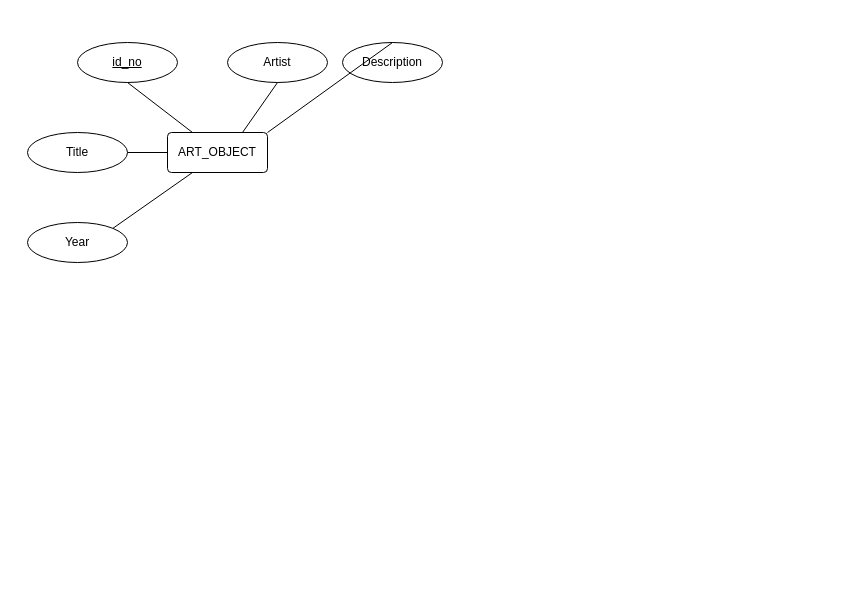
The draw.io diagram musemEER.drawio in aryan-karadia/Museum-SQL-Project, before the edit. Source tidied: cells renumbered, new cells numbered last; positions are measured from the earlier drawing's top-left corner, leaving out a move shared by most shapes. Both pictures are drawn from the tidied source at 100%, with x=0, y=0 at pixel (27, 42).
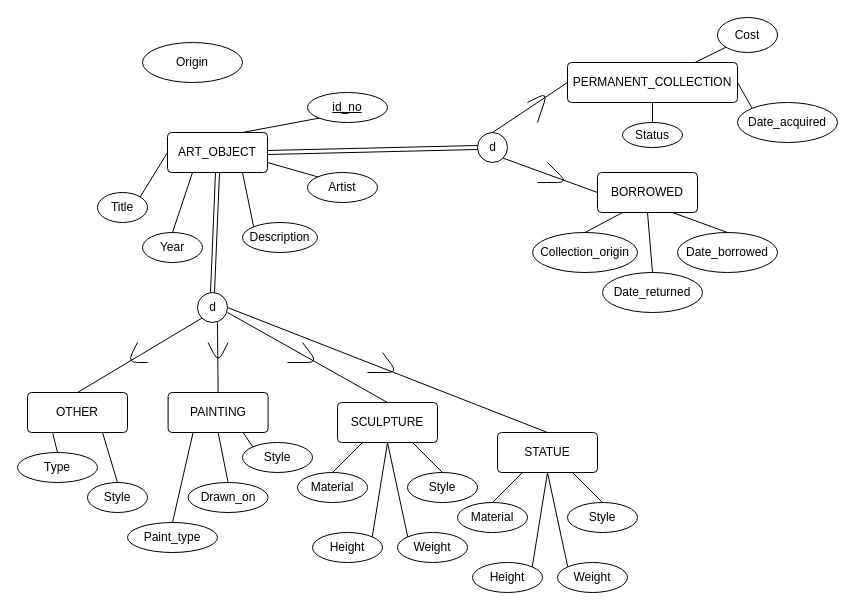
After the change.

The change refers to these unchanged cells:
```xml
<mxCell id="2" value="ART_OBJECT" style="rounded=1;arcSize=10;whiteSpace=wrap;html=1;align=center;" parent="1" vertex="1">
  <mxGeometry x="140" y="90" width="100" height="40" as="geometry" />
</mxCell>
```

Change to the diagram source:
```diff
@@
     <mxCell id="3" value="id_no" style="ellipse;whiteSpace=wrap;html=1;align=center;fontStyle=4;" parent="1" vertex="1">
-      <mxGeometry x="50" width="100" height="40" as="geometry" />
+      <mxGeometry x="280" y="50" width="80" height="30" as="geometry" />
     </mxCell>
     <mxCell id="4" value="Artist" style="ellipse;whiteSpace=wrap;html=1;align=center;" parent="1" vertex="1">
-      <mxGeometry x="200" width="100" height="40" as="geometry" />
+      <mxGeometry x="280" y="130" width="70" height="30" as="geometry" />
     </mxCell>
     <mxCell id="5" value="Title" style="ellipse;whiteSpace=wrap;html=1;align=center;" parent="1" vertex="1">
-      <mxGeometry y="90" width="100" height="40" as="geometry" />
+      <mxGeometry x="70" y="150" width="50" height="30" as="geometry" />
     </mxCell>
     <mxCell id="6" value="Year" style="ellipse;whiteSpace=wrap;html=1;align=center;" parent="1" vertex="1">
-      <mxGeometry y="180" width="100" height="40" as="geometry" />
+      <mxGeometry x="115" y="190" width="60" height="30" as="geometry" />
     </mxCell>
     <mxCell id="7" value="Description" style="ellipse;whiteSpace=wrap;html=1;align=center;" parent="1" vertex="1">
-      <mxGeometry x="315" width="100" height="40" as="geometry" />
+      <mxGeometry x="215" y="180" width="75" height="30" as="geometry" />
     </mxCell>
-    <mxCell id="8" style="endArrow=none;html=1;rounded=0;exitX=0.75;exitY=0;exitDx=0;exitDy=0;entryX=0.5;entryY=1;entryDx=0;entryDy=0;" parent="1" edge="1" source="2" target="4">
+    <mxCell id="8" style="endArrow=none;html=1;rounded=0;exitX=1;exitY=0.75;exitDx=0;exitDy=0;entryX=0;entryY=0;entryDx=0;entryDy=0;" parent="1" edge="1" source="2" target="4">
       <mxGeometry relative="1" as="geometry" />
     </mxCell>
-    <mxCell id="9" style="endArrow=none;html=1;rounded=0;entryX=0.25;entryY=0;entryDx=0;entryDy=0;exitX=0.5;exitY=1;exitDx=0;exitDy=0;" parent="1" edge="1" source="3" target="2">
+    <mxCell id="9" style="endArrow=none;html=1;rounded=0;entryX=0.75;entryY=0;entryDx=0;entryDy=0;exitX=0;exitY=1;exitDx=0;exitDy=0;" parent="1" edge="1" source="3" target="2">
       <mxGeometry relative="1" as="geometry" />
     </mxCell>
-    <mxCell id="10" style="endArrow=none;html=1;rounded=0;entryX=0;entryY=0.5;entryDx=0;entryDy=0;" parent="1" edge="1" target="2">
-      <mxGeometry relative="1" as="geometry">
-        <mxPoint x="100" y="110" as="sourcePoint" />
-      </mxGeometry>
+    <mxCell id="10" style="endArrow=none;html=1;rounded=0;entryX=0;entryY=0.5;entryDx=0;entryDy=0;exitX=1;exitY=0;exitDx=0;exitDy=0;" parent="1" edge="1" source="5" target="2">
+      <mxGeometry relative="1" as="geometry" />
     </mxCell>
-    <mxCell id="11" style="endArrow=none;html=1;rounded=0;exitX=1;exitY=0;exitDx=0;exitDy=0;entryX=0.25;entryY=1;entryDx=0;entryDy=0;" parent="1" edge="1" source="6" target="2">
+    <mxCell id="11" style="endArrow=none;html=1;rounded=0;exitX=0.5;exitY=0;exitDx=0;exitDy=0;entryX=0.25;entryY=1;entryDx=0;entryDy=0;" parent="1" edge="1" source="6" target="2">
       <mxGeometry relative="1" as="geometry" />
     </mxCell>
-    <mxCell id="12" style="endArrow=none;html=1;rounded=0;exitX=0.5;exitY=0;exitDx=0;exitDy=0;entryX=1;entryY=0;entryDx=0;entryDy=0;" parent="1" edge="1" source="7" target="2">
+    <mxCell id="12" style="endArrow=none;html=1;rounded=0;exitX=0;exitY=0;exitDx=0;exitDy=0;entryX=0.75;entryY=1;entryDx=0;entryDy=0;" parent="1" edge="1" source="7" target="2">
       <mxGeometry relative="1" as="geometry" />
     </mxCell>
+    <mxCell id="13" style="shape=link;html=1;rounded=0;exitX=0.5;exitY=1;exitDx=0;exitDy=0;entryX=0.5;entryY=0;entryDx=0;entryDy=0;" parent="1" edge="1" source="2" target="16">
+      <mxGeometry relative="1" as="geometry" />
+    </mxCell>
+    <mxCell id="14" style="shape=link;html=1;rounded=0;exitX=1;exitY=0.5;exitDx=0;exitDy=0;entryX=0;entryY=0.5;entryDx=0;entryDy=0;" parent="1" edge="1" source="2" target="19">
+      <mxGeometry relative="1" as="geometry" />
+    </mxCell>
+    <mxCell id="15" style="group;" parent="1" vertex="1">
+      <mxGeometry x="170" y="250" width="30" height="30" as="geometry" />
+    </mxCell>
+    <mxCell id="16" style="ellipse;whiteSpace=wrap;html=1;" parent="15" vertex="1">
+      <mxGeometry width="30" height="30" as="geometry" />
+    </mxCell>
+    <mxCell id="17" value="d" style="text;html=1;align=center;verticalAlign=middle;strokeColor=none;fillColor=none;" parent="15" vertex="1">
+      <mxGeometry x="5" y="5" width="20" height="20" as="geometry" />
+    </mxCell>
+    <mxCell id="18" style="group;" parent="1" vertex="1">
+      <mxGeometry x="450" y="90" width="30" height="30" as="geometry" />
+    </mxCell>
+    <mxCell id="19" style="ellipse;whiteSpace=wrap;html=1;" parent="18" vertex="1">
+      <mxGeometry width="30" height="30" as="geometry" />
+    </mxCell>
+    <mxCell id="20" value="d" style="text;html=1;align=center;verticalAlign=middle;strokeColor=none;fillColor=none;" parent="18" vertex="1">
+      <mxGeometry x="5" y="5" width="20" height="20" as="geometry" />
+    </mxCell>
+    <mxCell id="21" value="OTHER" style="rounded=1;arcSize=10;whiteSpace=wrap;html=1;align=center;" parent="1" vertex="1">
+      <mxGeometry y="350" width="100" height="40" as="geometry" />
+    </mxCell>
+    <mxCell id="22" value="Type" style="ellipse;whiteSpace=wrap;html=1;align=center;" parent="1" vertex="1">
+      <mxGeometry x="-10" y="410" width="80" height="30" as="geometry" />
+    </mxCell>
+    <mxCell id="23" value="Style" style="ellipse;whiteSpace=wrap;html=1;align=center;" parent="1" vertex="1">
+      <mxGeometry x="60" y="440" width="60" height="30" as="geometry" />
+    </mxCell>
+    <mxCell id="24" style="endArrow=none;html=1;rounded=0;exitX=0.5;exitY=0;exitDx=0;exitDy=0;entryX=0.25;entryY=1;entryDx=0;entryDy=0;" parent="1" edge="1" source="22" target="21">
+      <mxGeometry relative="1" as="geometry" />
+    </mxCell>
+    <mxCell id="25" style="endArrow=none;html=1;rounded=0;exitX=0.5;exitY=0;exitDx=0;exitDy=0;entryX=0.75;entryY=1;entryDx=0;entryDy=0;" parent="1" edge="1" source="23" target="21">
+      <mxGeometry relative="1" as="geometry" />
+    </mxCell>
+    <mxCell id="26" style="endArrow=none;html=1;rounded=0;exitX=0.5;exitY=0;exitDx=0;exitDy=0;entryX=0;entryY=1;entryDx=0;entryDy=0;" parent="1" edge="1" source="21" target="16">
+      <mxGeometry relative="1" as="geometry" />
+    </mxCell>
+    <mxCell id="27" value="PAINTING" style="rounded=1;arcSize=10;whiteSpace=wrap;html=1;align=center;" parent="1" vertex="1">
+      <mxGeometry x="140.6" y="350" width="100" height="40" as="geometry" />
+    </mxCell>
+    <mxCell id="28" style="endArrow=none;html=1;rounded=0;exitX=0.5;exitY=0;exitDx=0;exitDy=0;" parent="1" edge="1" source="27">
+      <mxGeometry relative="1" as="geometry">
+        <mxPoint x="190" y="280" as="targetPoint" />
+      </mxGeometry>
+    </mxCell>
+    <mxCell id="29" style="endArrow=none;html=1;" parent="1" edge="1">
+      <mxGeometry relative="1" as="geometry">
+        <mxPoint x="180.6" y="300" as="sourcePoint" />
+        <mxPoint x="200.6" y="300" as="targetPoint" />
+        <Array as="points">
+          <mxPoint x="190.6" y="320" />
+        </Array>
+      </mxGeometry>
+    </mxCell>
+    <mxCell id="30" style="endArrow=none;html=1;" parent="1" edge="1">
+      <mxGeometry relative="1" as="geometry">
+        <mxPoint x="120" y="320" as="sourcePoint" />
+        <mxPoint x="110" y="300" as="targetPoint" />
+        <Array as="points">
+          <mxPoint x="100" y="320" />
+        </Array>
+      </mxGeometry>
+    </mxCell>
+    <mxCell id="31" value="Paint_type" style="ellipse;whiteSpace=wrap;html=1;align=center;" parent="1" vertex="1">
+      <mxGeometry x="100" y="480" width="90" height="30" as="geometry" />
+    </mxCell>
+    <mxCell id="32" value="Drawn_on" style="ellipse;whiteSpace=wrap;html=1;align=center;" parent="1" vertex="1">
+      <mxGeometry x="160.6" y="440" width="80" height="30" as="geometry" />
+    </mxCell>
+    <mxCell id="33" value="Style" style="ellipse;whiteSpace=wrap;html=1;align=center;" parent="1" vertex="1">
+      <mxGeometry x="215" y="400" width="70" height="30" as="geometry" />
+    </mxCell>
+    <mxCell id="34" style="endArrow=none;html=1;rounded=0;exitX=0.75;exitY=1;exitDx=0;exitDy=0;entryX=0;entryY=0;entryDx=0;entryDy=0;" parent="1" edge="1" source="27" target="33">
+      <mxGeometry relative="1" as="geometry" />
+    </mxCell>
+    <mxCell id="35" style="endArrow=none;html=1;rounded=0;exitX=0.25;exitY=1;exitDx=0;exitDy=0;entryX=0.5;entryY=0;entryDx=0;entryDy=0;" parent="1" edge="1" source="27" target="31">
+      <mxGeometry relative="1" as="geometry" />
+    </mxCell>
+    <mxCell id="36" style="endArrow=none;html=1;rounded=0;exitX=0.5;exitY=1;exitDx=0;exitDy=0;entryX=0.5;entryY=0;entryDx=0;entryDy=0;" parent="1" edge="1" source="27" target="32">
+      <mxGeometry relative="1" as="geometry" />
+    </mxCell>
+    <mxCell id="37" value="SCULPTURE" style="rounded=1;arcSize=10;whiteSpace=wrap;html=1;align=center;" parent="1" vertex="1">
+      <mxGeometry x="310" y="360" width="100" height="40" as="geometry" />
+    </mxCell>
+    <mxCell id="38" style="endArrow=none;html=1;rounded=0;entryX=0.5;entryY=0;entryDx=0;entryDy=0;" parent="1" edge="1" target="37">
+      <mxGeometry relative="1" as="geometry">
+        <mxPoint x="200" y="270" as="sourcePoint" />
+      </mxGeometry>
+    </mxCell>
+    <mxCell id="39" style="endArrow=none;html=1;" parent="1" edge="1">
+      <mxGeometry relative="1" as="geometry">
+        <mxPoint x="260" y="320" as="sourcePoint" />
+        <mxPoint x="275" y="300" as="targetPoint" />
+        <Array as="points">
+          <mxPoint x="290" y="320" />
+        </Array>
+      </mxGeometry>
+    </mxCell>
+    <mxCell id="40" value="Material" style="ellipse;whiteSpace=wrap;html=1;align=center;" parent="1" vertex="1">
+      <mxGeometry x="270" y="430" width="70" height="30" as="geometry" />
+    </mxCell>
+    <mxCell id="41" style="endArrow=none;html=1;rounded=0;exitX=0.5;exitY=0;exitDx=0;exitDy=0;entryX=0.25;entryY=1;entryDx=0;entryDy=0;" parent="1" edge="1" source="40" target="37">
+      <mxGeometry relative="1" as="geometry" />
+    </mxCell>
+    <mxCell id="42" value="Style" style="ellipse;whiteSpace=wrap;html=1;align=center;" parent="1" vertex="1">
+      <mxGeometry x="380" y="430" width="70" height="30" as="geometry" />
+    </mxCell>
+    <mxCell id="43" value="Height" style="ellipse;whiteSpace=wrap;html=1;align=center;" parent="1" vertex="1">
+      <mxGeometry x="285" y="490" width="70" height="30" as="geometry" />
+    </mxCell>
+    <mxCell id="44" value="Weight" style="ellipse;whiteSpace=wrap;html=1;align=center;" parent="1" vertex="1">
+      <mxGeometry x="370" y="490" width="70" height="30" as="geometry" />
+    </mxCell>
+    <mxCell id="45" style="endArrow=none;html=1;rounded=0;exitX=1;exitY=0;exitDx=0;exitDy=0;entryX=0.5;entryY=1;entryDx=0;entryDy=0;" parent="1" edge="1" source="43" target="37">
+      <mxGeometry relative="1" as="geometry" />
+    </mxCell>
+    <mxCell id="46" style="endArrow=none;html=1;rounded=0;exitX=0.5;exitY=1;exitDx=0;exitDy=0;entryX=0;entryY=0;entryDx=0;entryDy=0;" parent="1" edge="1" source="37" target="44">
+      <mxGeometry relative="1" as="geometry" />
+    </mxCell>
+    <mxCell id="47" style="endArrow=none;html=1;rounded=0;exitX=0.75;exitY=1;exitDx=0;exitDy=0;entryX=0.5;entryY=0;entryDx=0;entryDy=0;" parent="1" edge="1" source="37" target="42">
+      <mxGeometry relative="1" as="geometry" />
+    </mxCell>
+    <mxCell id="48" value="STATUE" style="rounded=1;arcSize=10;whiteSpace=wrap;html=1;align=center;" parent="1" vertex="1">
+      <mxGeometry x="470" y="390" width="100" height="40" as="geometry" />
+    </mxCell>
+    <mxCell id="49" style="endArrow=none;html=1;rounded=0;exitX=1;exitY=0.5;exitDx=0;exitDy=0;entryX=0.5;entryY=0;entryDx=0;entryDy=0;" parent="1" edge="1" source="16" target="48">
+      <mxGeometry relative="1" as="geometry" />
+    </mxCell>
+    <mxCell id="50" style="endArrow=none;html=1;" parent="1" edge="1">
+      <mxGeometry relative="1" as="geometry">
+        <mxPoint x="340" y="330" as="sourcePoint" />
+        <mxPoint x="355" y="310" as="targetPoint" />
+        <Array as="points">
+          <mxPoint x="370" y="330" />
+        </Array>
+      </mxGeometry>
+    </mxCell>
+    <mxCell id="51" value="Material" style="ellipse;whiteSpace=wrap;html=1;align=center;" parent="1" vertex="1">
+      <mxGeometry x="430" y="460" width="70" height="30" as="geometry" />
+    </mxCell>
+    <mxCell id="52" style="endArrow=none;html=1;rounded=0;exitX=0.5;exitY=0;exitDx=0;exitDy=0;entryX=0.25;entryY=1;entryDx=0;entryDy=0;" parent="1" edge="1" source="51">
+      <mxGeometry relative="1" as="geometry">
+        <mxPoint x="495" y="430" as="targetPoint" />
+      </mxGeometry>
+    </mxCell>
+    <mxCell id="53" value="Style" style="ellipse;whiteSpace=wrap;html=1;align=center;" parent="1" vertex="1">
+      <mxGeometry x="540" y="460" width="70" height="30" as="geometry" />
+    </mxCell>
+    <mxCell id="54" value="Height" style="ellipse;whiteSpace=wrap;html=1;align=center;" parent="1" vertex="1">
+      <mxGeometry x="445" y="520" width="70" height="30" as="geometry" />
+    </mxCell>
+    <mxCell id="55" value="Weight" style="ellipse;whiteSpace=wrap;html=1;align=center;" parent="1" vertex="1">
+      <mxGeometry x="530" y="520" width="70" height="30" as="geometry" />
+    </mxCell>
+    <mxCell id="56" style="endArrow=none;html=1;rounded=0;exitX=1;exitY=0;exitDx=0;exitDy=0;entryX=0.5;entryY=1;entryDx=0;entryDy=0;" parent="1" edge="1" source="54">
+      <mxGeometry relative="1" as="geometry">
+        <mxPoint x="520" y="430" as="targetPoint" />
+      </mxGeometry>
+    </mxCell>
+    <mxCell id="57" style="endArrow=none;html=1;rounded=0;exitX=0.5;exitY=1;exitDx=0;exitDy=0;entryX=0;entryY=0;entryDx=0;entryDy=0;" parent="1" edge="1" target="55">
+      <mxGeometry relative="1" as="geometry">
+        <mxPoint x="520" y="430" as="sourcePoint" />
+      </mxGeometry>
+    </mxCell>
+    <mxCell id="58" style="endArrow=none;html=1;rounded=0;exitX=0.75;exitY=1;exitDx=0;exitDy=0;entryX=0.5;entryY=0;entryDx=0;entryDy=0;" parent="1" edge="1" target="53">
+      <mxGeometry relative="1" as="geometry">
+        <mxPoint x="545" y="430" as="sourcePoint" />
+      </mxGeometry>
+    </mxCell>
+    <mxCell id="59" value="PERMANENT_COLLECTION" style="rounded=1;arcSize=10;whiteSpace=wrap;html=1;align=center;" parent="1" vertex="1">
+      <mxGeometry x="540" y="20" width="170" height="40" as="geometry" />
+    </mxCell>
+    <mxCell id="60" value="BORROWED" style="rounded=1;arcSize=10;whiteSpace=wrap;html=1;align=center;" parent="1" vertex="1">
+      <mxGeometry x="570" y="130" width="100" height="40" as="geometry" />
+    </mxCell>
+    <mxCell id="61" style="endArrow=none;html=1;rounded=0;exitX=0.5;exitY=0;exitDx=0;exitDy=0;entryX=0;entryY=0.5;entryDx=0;entryDy=0;" parent="1" edge="1" source="19" target="59">
+      <mxGeometry relative="1" as="geometry" />
+    </mxCell>
+    <mxCell id="62" style="endArrow=none;html=1;rounded=0;exitX=1;exitY=1;exitDx=0;exitDy=0;entryX=0;entryY=0.5;entryDx=0;entryDy=0;" parent="1" edge="1" source="19" target="60">
+      <mxGeometry relative="1" as="geometry" />
+    </mxCell>
+    <mxCell id="63" style="endArrow=none;html=1;" parent="1" edge="1">
+      <mxGeometry relative="1" as="geometry">
+        <mxPoint x="510" y="80" as="sourcePoint" />
+        <mxPoint x="500" y="60" as="targetPoint" />
+        <Array as="points">
+          <mxPoint x="520" y="50" />
+        </Array>
+      </mxGeometry>
+    </mxCell>
+    <mxCell id="64" style="endArrow=none;html=1;" parent="1" edge="1">
+      <mxGeometry relative="1" as="geometry">
+        <mxPoint x="510" y="140" as="sourcePoint" />
+        <mxPoint x="520" y="120" as="targetPoint" />
+        <Array as="points">
+          <mxPoint x="540" y="140" />
+        </Array>
+      </mxGeometry>
+    </mxCell>
+    <mxCell id="65" value="Date_acquired" style="ellipse;whiteSpace=wrap;html=1;align=center;" parent="1" vertex="1">
+      <mxGeometry x="710" y="60" width="100" height="40" as="geometry" />
+    </mxCell>
+    <mxCell id="66" style="endArrow=none;html=1;rounded=0;exitX=1;exitY=0.5;exitDx=0;exitDy=0;entryX=0;entryY=0;entryDx=0;entryDy=0;" parent="1" edge="1" source="59" target="65">
+      <mxGeometry relative="1" as="geometry" />
+    </mxCell>
+    <mxCell id="67" value="Status" style="ellipse;whiteSpace=wrap;html=1;align=center;" parent="1" vertex="1">
+      <mxGeometry x="595" y="80" width="60" height="25" as="geometry" />
+    </mxCell>
+    <mxCell id="68" style="endArrow=none;html=1;rounded=0;exitX=0.5;exitY=1;exitDx=0;exitDy=0;entryX=0.5;entryY=0;entryDx=0;entryDy=0;" parent="1" edge="1" source="59" target="67">
+      <mxGeometry relative="1" as="geometry" />
+    </mxCell>
+    <mxCell id="69" value="Cost" style="ellipse;whiteSpace=wrap;html=1;align=center;" parent="1" vertex="1">
+      <mxGeometry x="690" y="-25" width="60" height="35" as="geometry" />
+    </mxCell>
+    <mxCell id="70" style="endArrow=none;html=1;rounded=0;exitX=0.75;exitY=0;exitDx=0;exitDy=0;entryX=0;entryY=1;entryDx=0;entryDy=0;" parent="1" edge="1" source="59" target="69">
+      <mxGeometry relative="1" as="geometry" />
+    </mxCell>
+    <mxCell id="71" value="Collection_origin" style="ellipse;whiteSpace=wrap;html=1;align=center;" parent="1" vertex="1">
+      <mxGeometry x="505" y="190" width="105" height="40" as="geometry" />
+    </mxCell>
+    <mxCell id="72" style="endArrow=none;html=1;rounded=0;exitX=0.5;exitY=0;exitDx=0;exitDy=0;entryX=0.25;entryY=1;entryDx=0;entryDy=0;" parent="1" edge="1" source="71" target="60">
+      <mxGeometry relative="1" as="geometry" />
+    </mxCell>
+    <mxCell id="73" value="Date_borrowed" style="ellipse;whiteSpace=wrap;html=1;align=center;" parent="1" vertex="1">
+      <mxGeometry x="650" y="190" width="100" height="40" as="geometry" />
+    </mxCell>
+    <mxCell id="74" value="Date_returned" style="ellipse;whiteSpace=wrap;html=1;align=center;" parent="1" vertex="1">
+      <mxGeometry x="575" y="230" width="100" height="40" as="geometry" />
+    </mxCell>
+    <mxCell id="75" style="endArrow=none;html=1;rounded=0;exitX=0.5;exitY=0;exitDx=0;exitDy=0;entryX=0.75;entryY=1;entryDx=0;entryDy=0;" parent="1" edge="1" source="73" target="60">
+      <mxGeometry relative="1" as="geometry" />
+    </mxCell>
+    <mxCell id="76" style="endArrow=none;html=1;rounded=0;exitX=0.5;exitY=0;exitDx=0;exitDy=0;entryX=0.5;entryY=1;entryDx=0;entryDy=0;" parent="1" edge="1" source="74" target="60">
+      <mxGeometry relative="1" as="geometry" />
+    </mxCell>
+    <mxCell id="77" value="Origin" style="ellipse;whiteSpace=wrap;html=1;align=center;" parent="1" vertex="1">
+      <mxGeometry x="115" width="100" height="40" as="geometry" />
+    </mxCell>
```
